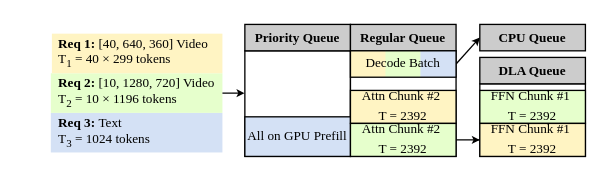
icszhr/hermes keeps this draw.io diagram as figures/design_schedule.drawio. Above is the earlier version. Source tidied: cells renumbered, new cells numbered last; positions are measured from the earlier drawing's top-left corner, leaving out a move shared by most shapes. Both pictures are drawn from the tidied source at 132%, with x=0, y=0 at pixel (50, 24).
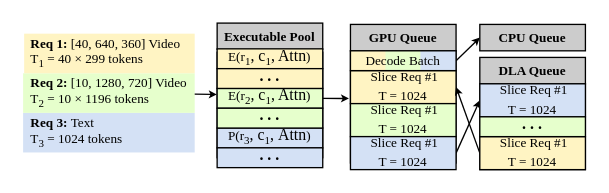
The same page after the edit.

Diff of the diagram source:
```diff
@@
     <mxCell id="2" style="rounded=0;whiteSpace=wrap;html=1;strokeColor=none;fillColor=#D4E1F5;fontSize=10;" parent="1" vertex="1">
-      <mxGeometry y="67" width="130" height="30" as="geometry" />
+      <mxGeometry x="-21" y="67" width="130" height="30" as="geometry" />
     </mxCell>
     <mxCell id="3" style="rounded=0;whiteSpace=wrap;html=1;strokeColor=none;fillColor=#E6FFCC;fontSize=10;" parent="1" vertex="1">
-      <mxGeometry y="37" width="130" height="30" as="geometry" />
+      <mxGeometry x="-21" y="37" width="130" height="30" as="geometry" />
     </mxCell>
     <mxCell id="4" style="rounded=0;whiteSpace=wrap;html=1;strokeColor=none;fillColor=#FFF4C3;fontSize=10;" parent="1" vertex="1">
-      <mxGeometry x="0.8" y="7" width="129.2" height="30" as="geometry" />
+      <mxGeometry x="-20.2" y="7" width="129.2" height="30" as="geometry" />
     </mxCell>
     <mxCell id="5" style="rounded=0;whiteSpace=wrap;html=1;" parent="1" vertex="1">
-      <mxGeometry x="147" y="20" width="80" height="80" as="geometry" />
+      <mxGeometry x="126" y="21" width="80" height="80" as="geometry" />
     </mxCell>
     <mxCell id="6" style="rounded=0;whiteSpace=wrap;html=1;" parent="1" vertex="1">
-      <mxGeometry x="227" y="20" width="80" height="80" as="geometry" />
+      <mxGeometry x="227" y="20" width="80" height="85" as="geometry" />
     </mxCell>
-    <mxCell id="7" value="&lt;b&gt;Priority Queue&lt;/b&gt;" style="rounded=0;whiteSpace=wrap;html=1;fontSize=10;fontFamily=Times New Roman;fillColor=#CCCCCC;" parent="1" vertex="1">
-      <mxGeometry x="147" width="80" height="20" as="geometry" />
+    <mxCell id="7" value="&lt;b&gt;Executable Pool&lt;/b&gt;" style="rounded=0;whiteSpace=wrap;html=1;fontSize=10;fontFamily=Times New Roman;fillColor=#CCCCCC;" parent="1" vertex="1">
+      <mxGeometry x="126" y="-1" width="80" height="20" as="geometry" />
     </mxCell>
@@
-    <mxCell id="9" value="&lt;b&gt;Regular Queue&lt;/b&gt;" style="rounded=0;whiteSpace=wrap;html=1;fontSize=10;fontFamily=Times New Roman;fillColor=#CCCCCC;" parent="1" vertex="1">
+    <mxCell id="9" value="&lt;b&gt;GPU Queue&lt;/b&gt;" style="rounded=0;whiteSpace=wrap;html=1;fontSize=10;fontFamily=Times New Roman;fillColor=#CCCCCC;" parent="1" vertex="1">
       <mxGeometry x="227" width="80" height="20" as="geometry" />
     </mxCell>
     <mxCell id="10" style="rounded=0;whiteSpace=wrap;html=1;" parent="1" vertex="1">
-      <mxGeometry x="325" y="45" width="80" height="55" as="geometry" />
+      <mxGeometry x="325" y="45" width="80" height="65" as="geometry" />
     </mxCell>
@@
     <mxCell id="12" value="&lt;font face=&quot;Times New Roman&quot;&gt;&lt;b&gt;Req 1: &lt;/b&gt;[40, 640, 360] Video&lt;br&gt;&lt;/font&gt;&lt;div&gt;&lt;span style=&quot;background-color: transparent; color: light-dark(rgb(0, 0, 0), rgb(255, 255, 255)); font-family: &amp;quot;Times New Roman&amp;quot;;&quot;&gt;T&lt;/span&gt;&lt;sub style=&quot;background-color: transparent; color: light-dark(rgb(0, 0, 0), rgb(255, 255, 255)); font-family: &amp;quot;Times New Roman&amp;quot;;&quot;&gt;1&lt;/sub&gt;&lt;span style=&quot;background-color: transparent; color: light-dark(rgb(0, 0, 0), rgb(255, 255, 255)); font-family: &amp;quot;Times New Roman&amp;quot;;&quot;&gt;&amp;nbsp;=&amp;nbsp;&lt;/span&gt;&lt;span style=&quot;font-family: &amp;quot;Times New Roman&amp;quot;; background-color: transparent; color: light-dark(rgb(0, 0, 0), rgb(255, 255, 255));&quot;&gt;40&amp;nbsp;&lt;/span&gt;&lt;span style=&quot;background-color: transparent; color: light-dark(rgb(0, 0, 0), rgb(255, 255, 255)); font-family: &amp;quot;Times New Roman&amp;quot;;&quot;&gt;×&amp;nbsp;&lt;/span&gt;&lt;font face=&quot;Times New Roman&quot; style=&quot;background-color: transparent; color: light-dark(rgb(0, 0, 0), rgb(255, 255, 255));&quot;&gt;299&amp;nbsp;&lt;/font&gt;&lt;span style=&quot;background-color: transparent; color: light-dark(rgb(0, 0, 0), rgb(255, 255, 255)); font-family: &amp;quot;Times New Roman&amp;quot;;&quot;&gt;tokens&lt;/span&gt;&lt;/div&gt;" style="text;html=1;whiteSpace=wrap;strokeColor=none;fillColor=none;align=left;verticalAlign=middle;rounded=0;fontSize=10;" parent="1" vertex="1">
-      <mxGeometry x="4.4" y="7" width="125.6" height="30" as="geometry" />
+      <mxGeometry x="-16.6" y="7" width="125.6" height="30" as="geometry" />
     </mxCell>
     <mxCell id="13" value="&lt;font face=&quot;Times New Roman&quot;&gt;&lt;b&gt;Req 2: &lt;/b&gt;[10, 1280, 720] Video&lt;/font&gt;&lt;div&gt;&lt;span style=&quot;color: light-dark(rgb(0, 0, 0), rgb(255, 255, 255)); background-color: transparent; font-family: &amp;quot;Times New Roman&amp;quot;;&quot;&gt;T&lt;sub&gt;2&lt;/sub&gt;&amp;nbsp;= 10&amp;nbsp;&lt;/span&gt;&lt;span style=&quot;color: light-dark(rgb(0, 0, 0), rgb(255, 255, 255)); background-color: transparent; font-family: &amp;quot;Times New Roman&amp;quot;;&quot;&gt;×&amp;nbsp;&lt;/span&gt;&lt;font face=&quot;Times New Roman&quot; style=&quot;color: light-dark(rgb(0, 0, 0), rgb(255, 255, 255)); background-color: transparent;&quot;&gt;1196&amp;nbsp;&lt;/font&gt;&lt;span style=&quot;color: light-dark(rgb(0, 0, 0), rgb(255, 255, 255)); background-color: transparent; font-family: &amp;quot;Times New Roman&amp;quot;;&quot;&gt;tokens&lt;/span&gt;&lt;/div&gt;" style="text;html=1;whiteSpace=wrap;strokeColor=none;fillColor=none;align=left;verticalAlign=middle;rounded=0;fontSize=10;" parent="1" vertex="1">
-      <mxGeometry x="4.4" y="44.5" width="125.6" height="15" as="geometry" />
+      <mxGeometry x="-16.6" y="44.5" width="125.6" height="15" as="geometry" />
     </mxCell>
     <mxCell id="14" value="&lt;div&gt;&lt;b style=&quot;font-family: &amp;quot;Times New Roman&amp;quot;; background-color: transparent; color: light-dark(rgb(0, 0, 0), rgb(255, 255, 255));&quot;&gt;Req 3: &lt;/b&gt;&lt;span style=&quot;font-family: &amp;quot;Times New Roman&amp;quot;; background-color: transparent; color: light-dark(rgb(0, 0, 0), rgb(255, 255, 255));&quot;&gt;Text&amp;nbsp;&lt;/span&gt;&lt;span style=&quot;font-family: &amp;quot;Times New Roman&amp;quot;; text-align: center; background-color: transparent; color: light-dark(rgb(0, 0, 0), rgb(255, 255, 255));&quot;&gt;&amp;nbsp;&lt;/span&gt;&lt;/div&gt;&lt;div&gt;&lt;span style=&quot;font-family: &amp;quot;Times New Roman&amp;quot;; text-align: center; background-color: transparent; color: light-dark(rgb(0, 0, 0), rgb(255, 255, 255));&quot;&gt;T&lt;sub&gt;3&lt;/sub&gt; =&lt;/span&gt;&lt;span style=&quot;font-family: &amp;quot;Times New Roman&amp;quot;; text-align: center; background-color: transparent; color: light-dark(rgb(0, 0, 0), rgb(255, 255, 255));&quot;&gt;&amp;nbsp;&lt;/span&gt;&lt;span style=&quot;background-color: transparent; color: light-dark(rgb(0, 0, 0), rgb(255, 255, 255)); font-family: &amp;quot;Times New Roman&amp;quot;;&quot;&gt;1024 tokens&lt;/span&gt;&lt;/div&gt;" style="text;html=1;whiteSpace=wrap;strokeColor=none;fillColor=none;align=left;verticalAlign=middle;rounded=0;fontSize=10;" parent="1" vertex="1">
-      <mxGeometry x="3.6" y="74.5" width="116.4" height="15" as="geometry" />
+      <mxGeometry x="-17.4" y="74.5" width="116.4" height="15" as="geometry" />
     </mxCell>
-    <mxCell id="15" value="All on GPU Prefill" style="rounded=0;whiteSpace=wrap;html=1;fontFamily=Times New Roman;fontSize=10;spacingTop=-2;fillColor=#D4E1F5;" parent="1" vertex="1">
-      <mxGeometry x="147" y="70" width="80" height="30" as="geometry" />
+    <mxCell id="15" value="E(r&lt;sub&gt;1&lt;/sub&gt;&lt;span style=&quot;font-size: 12px;&quot;&gt;, c&lt;/span&gt;&lt;sub&gt;1&lt;/sub&gt;&lt;span style=&quot;font-size: 12px;&quot;&gt;, Attn&lt;/span&gt;)" style="rounded=0;whiteSpace=wrap;html=1;fontFamily=Times New Roman;fontSize=10;spacingTop=-2;fillColor=light-dark(#fff4c3, #232e40);" parent="1" vertex="1">
+      <mxGeometry x="126" y="18.5" width="80" height="15" as="geometry" />
     </mxCell>
@@
-    <mxCell id="17" value="&lt;font style=&quot;font-size: 10px;&quot;&gt;Attn Chunk #2&amp;nbsp;&lt;/font&gt;&lt;div&gt;&lt;font style=&quot;font-size: 10px;&quot;&gt;T = 2392&lt;/font&gt;&lt;/div&gt;" style="rounded=0;whiteSpace=wrap;html=1;fontFamily=Times New Roman;spacingTop=-3;fillColor=light-dark(#fff4c3, #ededed);" parent="1" vertex="1">
-      <mxGeometry x="227" y="50" width="80" height="25" as="geometry" />
+    <mxCell id="17" value="&lt;div&gt;&lt;font style=&quot;font-size: 10px;&quot;&gt;&amp;nbsp;Slice Req #1&lt;/font&gt;&lt;div&gt;&lt;font style=&quot;font-size: 10px;&quot;&gt;T = 1024&lt;/font&gt;&lt;/div&gt;&lt;/div&gt;" style="rounded=0;whiteSpace=wrap;html=1;fontFamily=Times New Roman;spacingTop=-3;fillColor=light-dark(#fff4c3, #ededed);" parent="1" vertex="1">
+      <mxGeometry x="227" y="35" width="80" height="25" as="geometry" />
     </mxCell>
-    <mxCell id="18" style="edgeStyle=orthogonalEdgeStyle;rounded=0;jettySize=auto;html=1;entryX=0;entryY=0.5;entryDx=0;entryDy=0;endSize=3;" parent="1" edge="1" source="19" target="21">
-      <mxGeometry relative="1" as="geometry" />
-    </mxCell>
-    <mxCell id="19" value="&lt;font style=&quot;font-size: 10px;&quot;&gt;Attn Chunk #2&amp;nbsp;&lt;/font&gt;&lt;div&gt;&lt;font style=&quot;font-size: 10px;&quot;&gt;T = 2392&lt;/font&gt;&lt;/div&gt;" style="rounded=0;whiteSpace=wrap;html=1;fontFamily=Times New Roman;spacingTop=-3;fillColor=light-dark(#e6ffcc, #ededed);" parent="1" vertex="1">
-      <mxGeometry x="227" y="75" width="80" height="25" as="geometry" />
-    </mxCell>
-    <mxCell id="20" value="&lt;font style=&quot;font-size: 10px;&quot;&gt;FFN Chunk #1&amp;nbsp;&lt;/font&gt;&lt;div&gt;&lt;font style=&quot;font-size: 10px;&quot;&gt;T = 2392&lt;/font&gt;&lt;/div&gt;" style="rounded=0;whiteSpace=wrap;html=1;fontFamily=Times New Roman;spacingTop=-3;fillColor=light-dark(#e6ffcc, #ededed);" parent="1" vertex="1">
-      <mxGeometry x="325" y="50" width="80" height="25" as="geometry" />
-    </mxCell>
-    <mxCell id="21" value="&lt;font style=&quot;font-size: 10px;&quot;&gt;FFN Chunk #1&amp;nbsp;&lt;/font&gt;&lt;div&gt;&lt;font style=&quot;font-size: 10px;&quot;&gt;T = 2392&lt;/font&gt;&lt;/div&gt;" style="rounded=0;whiteSpace=wrap;html=1;fontFamily=Times New Roman;spacingTop=-3;fillColor=light-dark(#fff4c3, #ededed);" parent="1" vertex="1">
-      <mxGeometry x="325" y="75" width="80" height="25" as="geometry" />
-    </mxCell>
@@
     <mxCell id="23" style="group;" parent="1" vertex="1">
-      <mxGeometry x="227" y="20" width="80" height="20" as="geometry" />
+      <mxGeometry x="227" y="20" width="80" height="15" as="geometry" />
     </mxCell>
     <mxCell id="24" style="rounded=0;whiteSpace=wrap;html=1;strokeColor=none;fillColor=light-dark(#fff4c3, #232e40);fontSize=10;" parent="23" vertex="1">
-      <mxGeometry width="27" height="20" as="geometry" />
+      <mxGeometry width="27" height="15" as="geometry" />
     </mxCell>
     <mxCell id="25" style="rounded=0;whiteSpace=wrap;html=1;strokeColor=none;fillColor=light-dark(#e6ffcc, #232e40);fontSize=10;" parent="23" vertex="1">
-      <mxGeometry x="26.5" width="27" height="20" as="geometry" />
+      <mxGeometry x="26.5" width="27" height="15" as="geometry" />
     </mxCell>
     <mxCell id="26" style="rounded=0;whiteSpace=wrap;html=1;strokeColor=none;fillColor=#D4E1F5;fontSize=10;" parent="23" vertex="1">
-      <mxGeometry x="53" width="27" height="20" as="geometry" />
+      <mxGeometry x="53" width="27" height="15" as="geometry" />
     </mxCell>
     <mxCell id="27" value="Decode Batch" style="rounded=0;whiteSpace=wrap;html=1;fontFamily=Times New Roman;fontSize=10;spacingTop=-2;fillColor=none;" parent="23" vertex="1">
-      <mxGeometry width="80" height="20" as="geometry" />
+      <mxGeometry width="80" height="15" as="geometry" />
     </mxCell>
+    <mxCell id="28" style="rounded=0;jettySize=auto;html=1;exitX=1;exitY=0.5;exitDx=0;exitDy=0;entryX=-0.014;entryY=0.425;entryDx=0;entryDy=0;endSize=3;entryPerimeter=0;" parent="1" edge="1" source="29" target="6">
+      <mxGeometry relative="1" as="geometry" />
+    </mxCell>
+    <mxCell id="29" value="E(r&lt;sub&gt;2&lt;/sub&gt;&lt;span style=&quot;font-size: 12px;&quot;&gt;, c&lt;/span&gt;&lt;sub&gt;1&lt;/sub&gt;&lt;span style=&quot;font-size: 12px;&quot;&gt;, Attn&lt;/span&gt;)" style="rounded=0;whiteSpace=wrap;html=1;fontFamily=Times New Roman;fontSize=10;spacingTop=-2;fillColor=light-dark(#e6ffcc, #232e40);" parent="1" vertex="1">
+      <mxGeometry x="126" y="48.5" width="80" height="15" as="geometry" />
+    </mxCell>
+    <mxCell id="30" value="P(r&lt;sub&gt;3&lt;/sub&gt;&lt;span style=&quot;font-size: 12px;&quot;&gt;, c&lt;/span&gt;&lt;sub&gt;1&lt;/sub&gt;&lt;span style=&quot;font-size: 12px;&quot;&gt;,&amp;nbsp;&lt;/span&gt;&lt;span style=&quot;font-size: 12px;&quot;&gt;Attn&lt;/span&gt;)" style="rounded=0;whiteSpace=wrap;html=1;fontFamily=Times New Roman;fontSize=10;spacingTop=-2;fillColor=#D4E1F5;" parent="1" vertex="1">
+      <mxGeometry x="126" y="78.5" width="80" height="15" as="geometry" />
+    </mxCell>
+    <mxCell id="31" value="&lt;b style=&quot;line-height: 0%;&quot;&gt;. . .&lt;/b&gt;" style="rounded=0;whiteSpace=wrap;html=1;spacingTop=-4;fontFamily=Times New Roman;fillColor=#FFF4C3;" parent="1" vertex="1">
+      <mxGeometry x="126" y="33.5" width="80" height="15" as="geometry" />
+    </mxCell>
+    <mxCell id="32" value="&lt;b style=&quot;line-height: 0%;&quot;&gt;. . .&lt;/b&gt;" style="rounded=0;whiteSpace=wrap;html=1;spacingTop=-4;fontFamily=Times New Roman;fillColor=light-dark(#e6ffcc, #232e40);" parent="1" vertex="1">
+      <mxGeometry x="126" y="63.5" width="80" height="15" as="geometry" />
+    </mxCell>
+    <mxCell id="33" value="&lt;b style=&quot;line-height: 0%;&quot;&gt;. . .&lt;/b&gt;" style="rounded=0;whiteSpace=wrap;html=1;spacingTop=-4;fontFamily=Times New Roman;fillColor=light-dark(#d4e1f5, #232e40);" parent="1" vertex="1">
+      <mxGeometry x="126" y="93.5" width="80" height="15" as="geometry" />
+    </mxCell>
+    <mxCell id="34" value="&lt;div&gt;&lt;font style=&quot;font-size: 10px;&quot;&gt;&amp;nbsp;Slice Req #1&lt;/font&gt;&lt;div&gt;&lt;font style=&quot;font-size: 10px;&quot;&gt;T = 1024&lt;/font&gt;&lt;/div&gt;&lt;/div&gt;" style="rounded=0;whiteSpace=wrap;html=1;fontFamily=Times New Roman;spacingTop=-3;fillColor=light-dark(#e6ffcc, #ededed);" parent="1" vertex="1">
+      <mxGeometry x="227" y="60" width="80" height="25" as="geometry" />
+    </mxCell>
+    <mxCell id="35" style="rounded=0;jettySize=auto;html=1;exitX=1;exitY=0.5;exitDx=0;exitDy=0;entryX=0;entryY=0.5;entryDx=0;entryDy=0;endSize=3;" parent="1" edge="1" source="36" target="37">
+      <mxGeometry relative="1" as="geometry" />
+    </mxCell>
+    <mxCell id="36" value="&lt;div&gt;&lt;font style=&quot;font-size: 10px;&quot;&gt;&amp;nbsp;Slice Req #1&lt;/font&gt;&lt;div&gt;&lt;font style=&quot;font-size: 10px;&quot;&gt;T = 1024&lt;/font&gt;&lt;/div&gt;&lt;/div&gt;" style="rounded=0;whiteSpace=wrap;html=1;fontFamily=Times New Roman;spacingTop=-3;fillColor=light-dark(#d4e1f5, #ededed);" parent="1" vertex="1">
+      <mxGeometry x="227" y="85" width="80" height="25" as="geometry" />
+    </mxCell>
+    <mxCell id="37" value="&lt;div&gt;&lt;font style=&quot;font-size: 10px;&quot;&gt;&amp;nbsp;Slice Req #1&lt;/font&gt;&lt;div&gt;&lt;font style=&quot;font-size: 10px;&quot;&gt;T = 1024&lt;/font&gt;&lt;/div&gt;&lt;/div&gt;" style="rounded=0;whiteSpace=wrap;html=1;fontFamily=Times New Roman;spacingTop=-3;fillColor=light-dark(#d4e1f5, #ededed);" parent="1" vertex="1">
+      <mxGeometry x="325" y="45" width="80" height="25" as="geometry" />
+    </mxCell>
+    <mxCell id="38" style="rounded=0;jettySize=auto;html=1;exitX=0;exitY=0.5;exitDx=0;exitDy=0;entryX=1;entryY=0.5;entryDx=0;entryDy=0;endSize=3;" parent="1" edge="1" source="39" target="17">
+      <mxGeometry relative="1" as="geometry" />
+    </mxCell>
+    <mxCell id="39" value="&lt;div&gt;&lt;font style=&quot;font-size: 10px;&quot;&gt;&amp;nbsp;Slice Req #1&lt;/font&gt;&lt;div&gt;&lt;font style=&quot;font-size: 10px;&quot;&gt;T = 1024&lt;/font&gt;&lt;/div&gt;&lt;/div&gt;" style="rounded=0;whiteSpace=wrap;html=1;fontFamily=Times New Roman;spacingTop=-3;fillColor=light-dark(#fff4c3, #ededed);" parent="1" vertex="1">
+      <mxGeometry x="325" y="85" width="80" height="25" as="geometry" />
+    </mxCell>
+    <mxCell id="40" value="&lt;b style=&quot;line-height: 0%;&quot;&gt;. . .&lt;/b&gt;" style="rounded=0;whiteSpace=wrap;html=1;spacingTop=-4;fontFamily=Times New Roman;fillColor=light-dark(#e6ffcc, #232e40);" parent="1" vertex="1">
+      <mxGeometry x="325" y="70" width="80" height="15" as="geometry" />
+    </mxCell>
```
